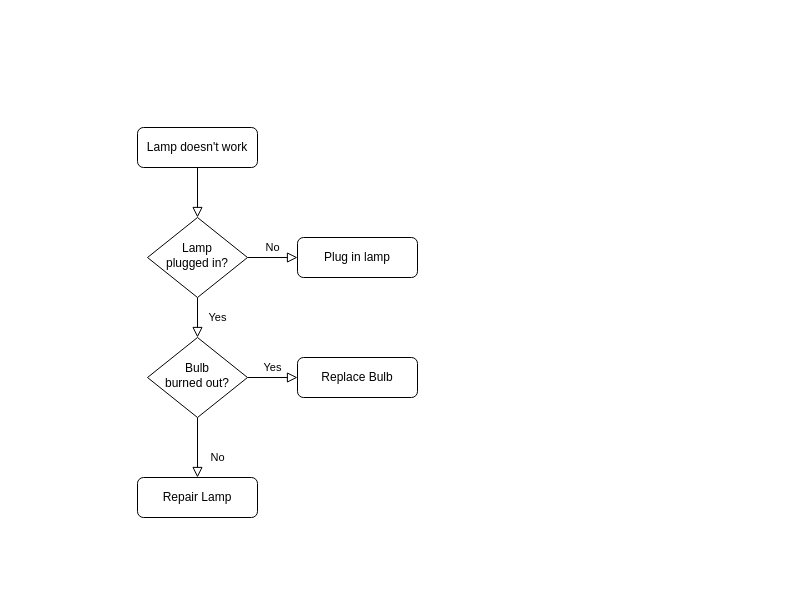
This is 归并.drawio from roushanyyzz/Technology-Architecture, a draw.io file, before an edit. Source tidied: cells renumbered, new cells numbered last; positions are measured from the earlier drawing's top-left corner, leaving out a move shared by most shapes. Both pictures are drawn from the tidied source at 100%, with x=0, y=0 at pixel (137, 127).
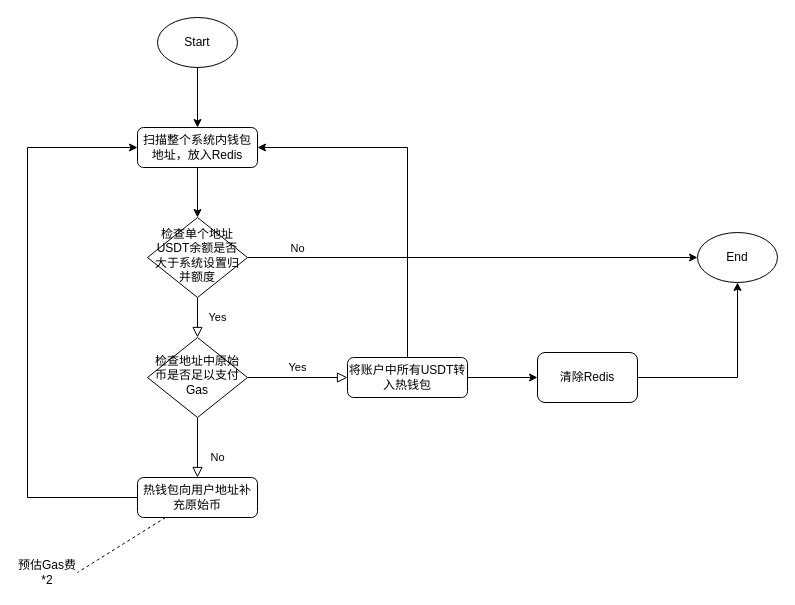
The same page after the edit.

Change to the diagram source:
```diff
@@
-    <mxCell id="2" style="rounded=0;html=1;jettySize=auto;fontSize=11;endArrow=block;endFill=0;endSize=8;strokeWidth=1;shadow=0;labelBackgroundColor=none;edgeStyle=orthogonalEdgeStyle;" parent="1" edge="1" source="3" target="6">
+    <mxCell id="2" style="edgeStyle=orthogonalEdgeStyle;rounded=0;jettySize=auto;html=1;exitX=0.5;exitY=1;exitDx=0;exitDy=0;" parent="1" edge="1" source="3" target="6">
       <mxGeometry relative="1" as="geometry" />
     </mxCell>
-    <mxCell id="3" value="Lamp doesn't work" style="rounded=1;whiteSpace=wrap;html=1;fontSize=12;glass=0;strokeWidth=1;shadow=0;" parent="1" vertex="1">
+    <mxCell id="3" value="扫描整个系统内钱包地址，放入Redis" style="rounded=1;whiteSpace=wrap;html=1;fontSize=12;glass=0;strokeWidth=1;shadow=0;" parent="1" vertex="1">
       <mxGeometry width="120" height="40" as="geometry" />
     </mxCell>
@@
+    <mxCell id="13" style="edgeStyle=orthogonalEdgeStyle;rounded=0;jettySize=auto;html=1;entryX=0;entryY=0.5;entryDx=0;entryDy=0;" parent="1" edge="1" source="6" target="19">
+      <mxGeometry relative="1" as="geometry" />
+    </mxCell>
-    <mxCell id="5" value="No" style="edgeStyle=orthogonalEdgeStyle;rounded=0;html=1;jettySize=auto;fontSize=11;endArrow=block;endFill=0;endSize=8;strokeWidth=1;shadow=0;labelBackgroundColor=none;" parent="1" edge="1" source="6" target="7">
-      <mxGeometry y="10" relative="1" as="geometry" />
+    <mxCell id="5" value="No" style="edgeLabel;html=1;align=center;verticalAlign=middle;" parent="13" vertex="1">
+      <mxGeometry x="-0.31" y="3" relative="1" as="geometry">
+        <mxPoint x="-106" y="-7" as="offset" />
+      </mxGeometry>
     </mxCell>
-    <mxCell id="6" value="Lamp&lt;br&gt;plugged in?" style="rhombus;whiteSpace=wrap;html=1;shadow=0;fontFamily=Helvetica;fontSize=12;align=center;strokeWidth=1;spacing=6;spacingTop=-4;" parent="1" vertex="1">
+    <mxCell id="6" value="检查单个地址USDT余额是否大于系统设置归并额度" style="rhombus;whiteSpace=wrap;html=1;shadow=0;fontFamily=Helvetica;fontSize=12;align=center;strokeWidth=1;spacing=6;spacingTop=-4;" parent="1" vertex="1">
       <mxGeometry x="10" y="90" width="100" height="80" as="geometry" />
     </mxCell>
-    <mxCell id="7" value="Plug in lamp" style="rounded=1;whiteSpace=wrap;html=1;fontSize=12;glass=0;strokeWidth=1;shadow=0;" parent="1" vertex="1">
-      <mxGeometry x="160" y="110" width="120" height="40" as="geometry" />
-    </mxCell>
@@
-    <mxCell id="10" value="Bulb&lt;br&gt;burned out?" style="rhombus;whiteSpace=wrap;html=1;shadow=0;fontFamily=Helvetica;fontSize=12;align=center;strokeWidth=1;spacing=6;spacingTop=-4;" parent="1" vertex="1">
+    <mxCell id="10" value="检查地址中原始币是否足以支付Gas" style="rhombus;whiteSpace=wrap;html=1;shadow=0;fontFamily=Helvetica;fontSize=12;align=center;strokeWidth=1;spacing=6;spacingTop=-4;" parent="1" vertex="1">
       <mxGeometry x="10" y="210" width="100" height="80" as="geometry" />
     </mxCell>
+    <mxCell id="14" style="edgeStyle=orthogonalEdgeStyle;rounded=0;jettySize=auto;html=1;entryX=0;entryY=0.5;entryDx=0;entryDy=0;" parent="1" edge="1" source="11" target="3">
+      <mxGeometry relative="1" as="geometry">
+        <Array as="points">
+          <mxPoint x="-110" y="370" />
+          <mxPoint x="-110" y="20" />
+        </Array>
+      </mxGeometry>
+    </mxCell>
-    <mxCell id="11" value="Repair Lamp" style="rounded=1;whiteSpace=wrap;html=1;fontSize=12;glass=0;strokeWidth=1;shadow=0;" parent="1" vertex="1">
+    <mxCell id="11" value="热钱包向用户地址补充原始币" style="rounded=1;whiteSpace=wrap;html=1;fontSize=12;glass=0;strokeWidth=1;shadow=0;" parent="1" vertex="1">
       <mxGeometry y="350" width="120" height="40" as="geometry" />
     </mxCell>
+    <mxCell id="15" style="edgeStyle=orthogonalEdgeStyle;rounded=0;jettySize=auto;html=1;exitX=1;exitY=0.5;exitDx=0;exitDy=0;entryX=0;entryY=0.5;entryDx=0;entryDy=0;" parent="1" edge="1" source="12" target="21">
+      <mxGeometry relative="1" as="geometry" />
+    </mxCell>
+    <mxCell id="16" style="edgeStyle=orthogonalEdgeStyle;rounded=0;jettySize=auto;html=1;entryX=1;entryY=0.5;entryDx=0;entryDy=0;" parent="1" edge="1" source="12" target="3">
+      <mxGeometry relative="1" as="geometry">
+        <Array as="points">
+          <mxPoint x="270" y="20" />
+        </Array>
+      </mxGeometry>
+    </mxCell>
-    <mxCell id="12" value="Replace Bulb" style="rounded=1;whiteSpace=wrap;html=1;fontSize=12;glass=0;strokeWidth=1;shadow=0;" parent="1" vertex="1">
-      <mxGeometry x="160" y="230" width="120" height="40" as="geometry" />
+    <mxCell id="12" value="将账户中所有USDT转入热钱包" style="rounded=1;whiteSpace=wrap;html=1;fontSize=12;glass=0;strokeWidth=1;shadow=0;" parent="1" vertex="1">
+      <mxGeometry x="210" y="230" width="120" height="40" as="geometry" />
     </mxCell>
+    <mxCell id="17" style="edgeStyle=orthogonalEdgeStyle;rounded=0;jettySize=auto;html=1;" parent="1" edge="1" source="18" target="3">
+      <mxGeometry relative="1" as="geometry" />
+    </mxCell>
+    <mxCell id="18" value="Start" style="ellipse;whiteSpace=wrap;html=1;" parent="1" vertex="1">
+      <mxGeometry x="20" y="-110" width="80" height="50" as="geometry" />
+    </mxCell>
+    <mxCell id="19" value="End" style="ellipse;whiteSpace=wrap;html=1;" parent="1" vertex="1">
+      <mxGeometry x="560" y="105" width="80" height="50" as="geometry" />
+    </mxCell>
+    <mxCell id="20" style="edgeStyle=orthogonalEdgeStyle;rounded=0;jettySize=auto;html=1;exitX=1;exitY=0.5;exitDx=0;exitDy=0;entryX=0.5;entryY=1;entryDx=0;entryDy=0;" parent="1" edge="1" source="21" target="19">
+      <mxGeometry relative="1" as="geometry" />
+    </mxCell>
+    <mxCell id="21" value="清除Redis" style="rounded=1;whiteSpace=wrap;html=1;" parent="1" vertex="1">
+      <mxGeometry x="400" y="225" width="100" height="50" as="geometry" />
+    </mxCell>
+    <mxCell id="22" value="预估Gas费*2" style="text;html=1;strokeColor=none;fillColor=none;align=center;verticalAlign=middle;whiteSpace=wrap;rounded=0;" parent="1" vertex="1">
+      <mxGeometry x="-120" y="430" width="60" height="30" as="geometry" />
+    </mxCell>
+    <mxCell id="23" style="endArrow=none;dashed=1;html=1;rounded=0;entryX=1;entryY=0.5;entryDx=0;entryDy=0;" parent="1" edge="1" source="11" target="22">
+      <mxGeometry relative="1" as="geometry" />
+    </mxCell>
```
